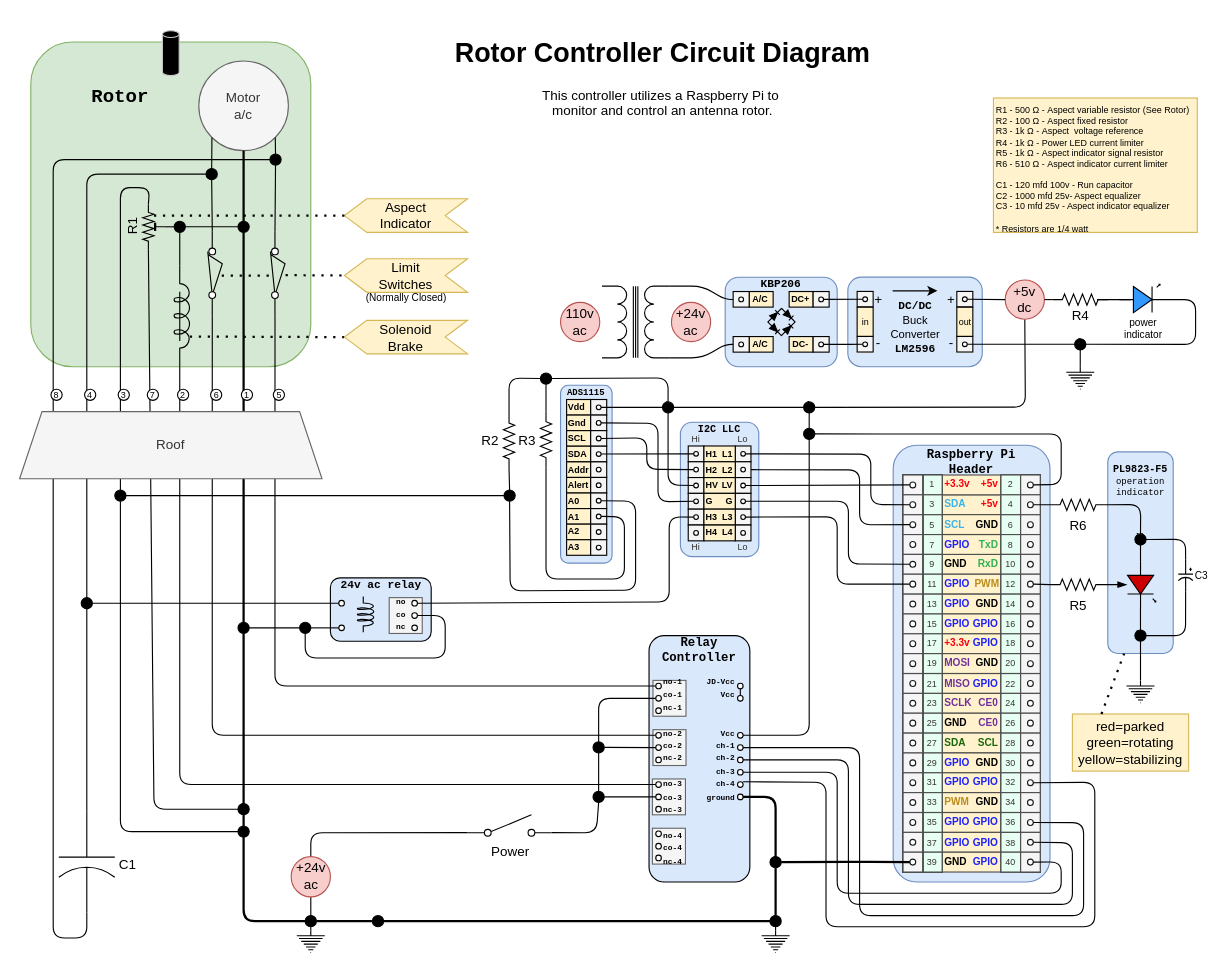
Before: readme/rotor.drawio in wryan67/rotor, a draw.io diagram. Source tidied: cells renumbered, new cells numbered last; positions are measured from the earlier drawing's top-left corner, leaving out a move shared by most shapes. Both pictures are drawn from the tidied source at 112%, with x=0, y=0 at pixel (19, 30).
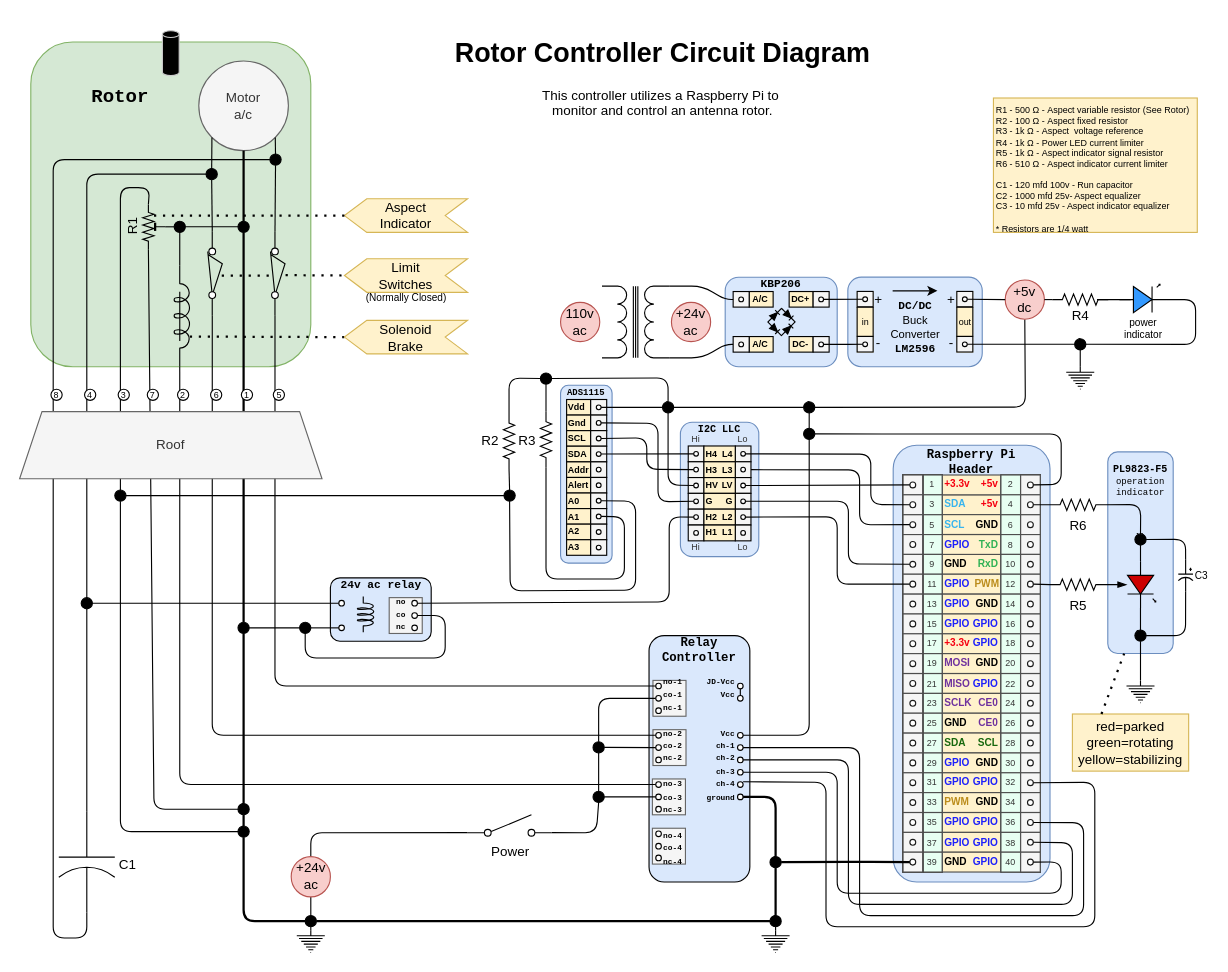
After the change.

The change refers to these unchanged cells:
```xml
<mxCell id="46" style="ellipse;whiteSpace=wrap;html=1;fillColor=#000000;" parent="1" vertex="1">
  <mxGeometry x="255" y="790" width="10" height="10" as="geometry" />
</mxCell>
<mxCell id="350" value="`" style="ellipse;whiteSpace=wrap;html=1;fillColor=#000000;" parent="1" vertex="1">
  <mxGeometry x="670" y="790" width="10" height="10" as="geometry" />
</mxCell>
<mxCell id="366" style="group;" parent="1" vertex="1">
  <mxGeometry x="590" y="349.5" width="70" height="120" as="geometry" />
</mxCell>
```

Diff of the diagram source:
```diff
@@
-    <mxCell id="57" style="endArrow=none;html=1;labelBackgroundColor=none;fillColor=#ffffff;gradientColor=#990000;fontColor=#FFFF00;exitX=1;exitY=0.5;exitDx=0;exitDy=0;strokeWidth=2;entryX=0;entryY=0.5;entryDx=0;entryDy=0;" parent="1" edge="1" source="543" target="350">
+    <mxCell id="57" style="endArrow=none;html=1;labelBackgroundColor=none;fillColor=#ffffff;gradientColor=#990000;fontColor=#FFFF00;exitX=1;exitY=0.5;exitDx=0;exitDy=0;strokeWidth=2;entryX=0;entryY=0.5;entryDx=0;entryDy=0;" parent="1" edge="1" source="46" target="350">
       <mxGeometry relative="1" as="geometry" />
     </mxCell>
@@
-    <mxCell id="398" value="L4" style="text;html=1;strokeColor=none;fillColor=none;align=right;verticalAlign=middle;whiteSpace=wrap;rounded=0;fontSize=8;fontStyle=1;" parent="366" vertex="1">
+    <mxCell id="398" value="L1" style="text;html=1;strokeColor=none;fillColor=none;align=right;verticalAlign=middle;whiteSpace=wrap;rounded=0;fontSize=8;fontStyle=1;" parent="366" vertex="1">
       <mxGeometry x="35" y="91.8" width="14" height="14.1" as="geometry" />
     </mxCell>
-    <mxCell id="399" value="L3" style="text;html=1;strokeColor=none;fillColor=none;align=right;verticalAlign=middle;whiteSpace=wrap;rounded=0;fontSize=8;fontStyle=1;" parent="366" vertex="1">
+    <mxCell id="399" value="L2" style="text;html=1;strokeColor=none;fillColor=none;align=right;verticalAlign=middle;whiteSpace=wrap;rounded=0;fontSize=8;fontStyle=1;" parent="366" vertex="1">
       <mxGeometry x="35" y="77.6" width="14" height="14.1" as="geometry" />
     </mxCell>
@@
-    <mxCell id="402" value="L2" style="text;html=1;strokeColor=none;fillColor=none;align=right;verticalAlign=middle;whiteSpace=wrap;rounded=0;fontSize=8;fontStyle=1;" parent="366" vertex="1">
+    <mxCell id="402" value="L3" style="text;html=1;strokeColor=none;fillColor=none;align=right;verticalAlign=middle;whiteSpace=wrap;rounded=0;fontSize=8;fontStyle=1;" parent="366" vertex="1">
       <mxGeometry x="35" y="35.3" width="14" height="14.1" as="geometry" />
     </mxCell>
-    <mxCell id="403" value="L1" style="text;html=1;strokeColor=none;fillColor=none;align=right;verticalAlign=middle;whiteSpace=wrap;rounded=0;fontSize=8;fontStyle=1;" parent="366" vertex="1">
+    <mxCell id="403" value="L4" style="text;html=1;strokeColor=none;fillColor=none;align=right;verticalAlign=middle;whiteSpace=wrap;rounded=0;fontSize=8;fontStyle=1;" parent="366" vertex="1">
       <mxGeometry x="35" y="21.2" width="14" height="14.1" as="geometry" />
     </mxCell>
-    <mxCell id="404" value="H1" style="text;html=1;strokeColor=none;fillColor=none;align=left;verticalAlign=middle;whiteSpace=wrap;rounded=0;fontSize=8;fontStyle=1;" parent="366" vertex="1">
+    <mxCell id="404" value="H4" style="text;html=1;strokeColor=none;fillColor=none;align=left;verticalAlign=middle;whiteSpace=wrap;rounded=0;fontSize=8;fontStyle=1;" parent="366" vertex="1">
       <mxGeometry x="21" y="21.2" width="14" height="14.1" as="geometry" />
     </mxCell>
-    <mxCell id="405" value="H2" style="text;html=1;strokeColor=none;fillColor=none;align=left;verticalAlign=middle;whiteSpace=wrap;rounded=0;fontSize=8;fontStyle=1;" parent="366" vertex="1">
+    <mxCell id="405" value="H3" style="text;html=1;strokeColor=none;fillColor=none;align=left;verticalAlign=middle;whiteSpace=wrap;rounded=0;fontSize=8;fontStyle=1;" parent="366" vertex="1">
       <mxGeometry x="21" y="35.3" width="14" height="14.1" as="geometry" />
     </mxCell>
@@
-    <mxCell id="408" value="H3" style="text;html=1;strokeColor=none;fillColor=none;align=left;verticalAlign=middle;whiteSpace=wrap;rounded=0;fontSize=8;fontStyle=1;" parent="366" vertex="1">
+    <mxCell id="408" value="H2" style="text;html=1;strokeColor=none;fillColor=none;align=left;verticalAlign=middle;whiteSpace=wrap;rounded=0;fontSize=8;fontStyle=1;" parent="366" vertex="1">
       <mxGeometry x="21" y="77.6" width="14" height="14.1" as="geometry" />
     </mxCell>
-    <mxCell id="409" value="H4" style="text;html=1;strokeColor=none;fillColor=none;align=left;verticalAlign=middle;whiteSpace=wrap;rounded=0;fontSize=8;fontStyle=1;" parent="366" vertex="1">
+    <mxCell id="409" value="H1" style="text;html=1;strokeColor=none;fillColor=none;align=left;verticalAlign=middle;whiteSpace=wrap;rounded=0;fontSize=8;fontStyle=1;" parent="366" vertex="1">
       <mxGeometry x="21" y="91.8" width="14" height="14.1" as="geometry" />
     </mxCell>
@@
-    <mxCell id="543" style="ellipse;whiteSpace=wrap;html=1;fillColor=#000000;" parent="1" vertex="1">
-      <mxGeometry x="315" y="790" width="10" height="10" as="geometry" />
-    </mxCell>
-    <mxCell id="544" style="endArrow=none;html=1;labelBackgroundColor=none;fillColor=#ffffff;gradientColor=#990000;fontColor=#FFFF00;exitX=1;exitY=0.5;exitDx=0;exitDy=0;strokeWidth=2;entryX=0;entryY=0.5;entryDx=0;entryDy=0;" parent="1" edge="1" source="46" target="543">
-      <mxGeometry relative="1" as="geometry" />
-    </mxCell>
```
